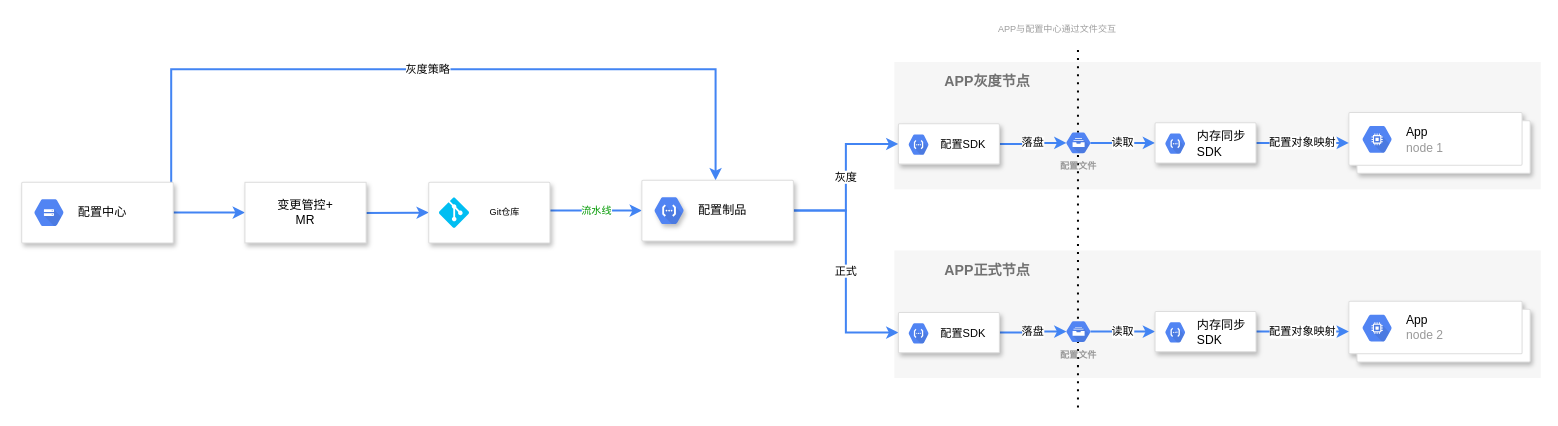
Above: page "灰度更新" (8 of 11) of universal-engine/配置中心V1.0.drawio in karlchan-cn/drawio-repository (draw.io), before the change. Source tidied: cells renumbered, new cells numbered last; positions are measured from the earlier drawing's top-left corner, leaving out a move shared by most shapes. Both pictures are drawn from the tidied source at 101%, with x=0, y=0 at pixel (21, 17).
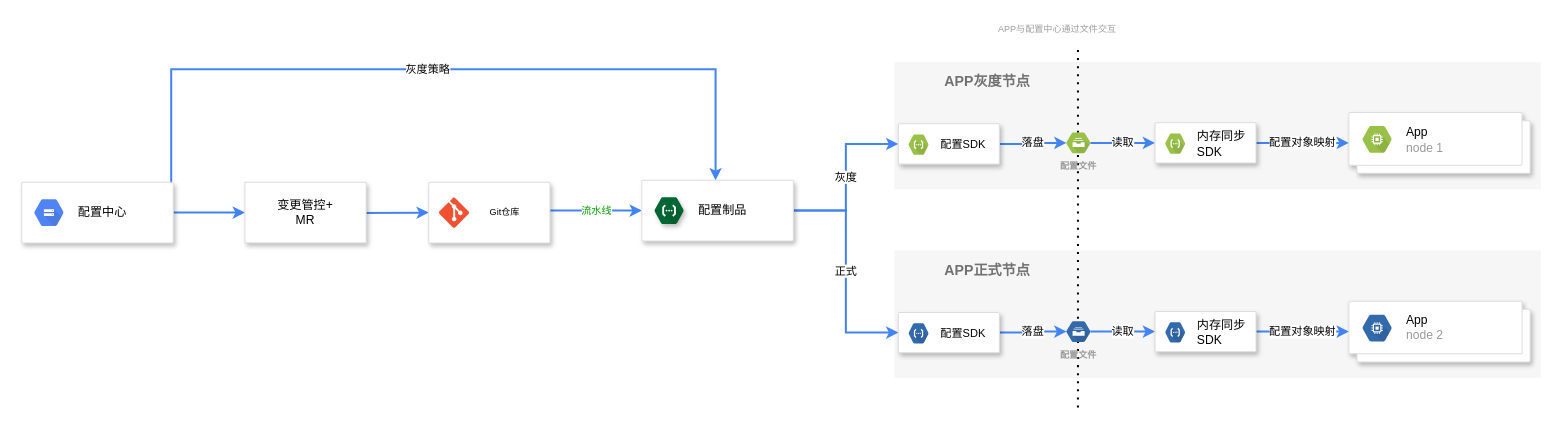
After the change.

Unchanged cells that the change refers to:
```xml
<mxCell id="13" style="strokeColor=#dddddd;shadow=1;strokeWidth=1;rounded=1;absoluteArcSize=1;arcSize=2;fontColor=#000000;" parent="1" vertex="1">
  <mxGeometry x="614" y="161" width="150" height="60" as="geometry" />
</mxCell>
<mxCell id="16" style="shape=mxgraph.gcp2.doubleRect;strokeColor=#dddddd;fillColor=#ffffff;shadow=1;strokeWidth=1;fontSize=12;fontColor=#9E9E9E;align=center;html=1;" parent="1" vertex="1">
  <mxGeometry x="1314" y="280.8" width="179.5" height="60" as="geometry" />
</mxCell>
<mxCell id="19" style="strokeColor=#dddddd;shadow=1;strokeWidth=1;rounded=1;absoluteArcSize=1;arcSize=2;fontSize=9;" parent="1" vertex="1">
  <mxGeometry x="868" y="291.8" width="100" height="40" as="geometry" />
</mxCell>
<mxCell id="23" style="strokeColor=#dddddd;shadow=1;strokeWidth=1;rounded=1;absoluteArcSize=1;arcSize=2;fontSize=9;" parent="1" vertex="1">
  <mxGeometry x="1122.1" y="290.8" width="100" height="40" as="geometry" />
</mxCell>
<mxCell id="25" style="shape=mxgraph.gcp2.doubleRect;strokeColor=#dddddd;fillColor=#ffffff;shadow=1;strokeWidth=1;fontSize=12;fontColor=#9E9E9E;align=center;html=1;" parent="1" vertex="1">
  <mxGeometry x="1314" y="94" width="179.5" height="60" as="geometry" />
</mxCell>
<mxCell id="28" style="strokeColor=#dddddd;shadow=1;strokeWidth=1;rounded=1;absoluteArcSize=1;arcSize=2;fontSize=9;" parent="1" vertex="1">
  <mxGeometry x="868" y="105" width="100" height="40" as="geometry" />
</mxCell>
<mxCell id="32" style="strokeColor=#dddddd;shadow=1;strokeWidth=1;rounded=1;absoluteArcSize=1;arcSize=2;fontSize=9;" parent="1" vertex="1">
  <mxGeometry x="1122.1" y="104" width="100" height="40" as="geometry" />
</mxCell>
<mxCell id="37" style="group;" parent="1" vertex="1">
  <mxGeometry x="403" y="163" width="120" height="60" as="geometry" />
</mxCell>
```

Change to the diagram source:
```diff
@@
-    <mxCell id="14" value="&lt;font color=&quot;#000000&quot;&gt;配置制品&lt;/font&gt;" style="sketch=0;dashed=0;html=1;fillColor=#5184F3;strokeColor=none;shape=mxgraph.gcp2.hexIcon;prIcon=cloud_functions;labelPosition=right;verticalLabelPosition=middle;align=left;verticalAlign=middle;spacingLeft=5;fontColor=#999999;fontSize=12;shadow=1;" parent="13" vertex="1">
+    <mxCell id="14" value="&lt;font color=&quot;#000000&quot;&gt;配置制品&lt;/font&gt;" style="sketch=0;dashed=0;html=1;fillColor=#006633;strokeColor=none;shape=mxgraph.gcp2.hexIcon;prIcon=cloud_functions;labelPosition=right;verticalLabelPosition=middle;align=left;verticalAlign=middle;spacingLeft=5;fontColor=#999999;fontSize=12;shadow=1;" parent="13" vertex="1">
       <mxGeometry y="0.5" width="44" height="39" relative="1" as="geometry">
         <mxPoint x="5" y="-19.5" as="offset" />
       </mxGeometry>
     </mxCell>
@@
-    <mxCell id="17" value="&lt;font color=&quot;#000000&quot;&gt;App&lt;/font&gt;&lt;br&gt;node 2" style="dashed=0;html=1;fillColor=#5184F3;strokeColor=none;shape=mxgraph.gcp2.hexIcon;prIcon=compute_engine;labelPosition=right;verticalLabelPosition=middle;align=left;verticalAlign=middle;spacingLeft=5;fontColor=#999999;fontSize=12;" parent="16" vertex="1">
+    <mxCell id="17" value="&lt;font color=&quot;#000000&quot;&gt;App&lt;/font&gt;&lt;br&gt;node 2" style="dashed=0;html=1;fillColor=#336AAC;strokeColor=none;shape=mxgraph.gcp2.hexIcon;prIcon=compute_engine;labelPosition=right;verticalLabelPosition=middle;align=left;verticalAlign=middle;spacingLeft=5;fontColor=#999999;fontSize=12;" parent="16" vertex="1">
       <mxGeometry y="0.5" width="44" height="39" relative="1" as="geometry">
         <mxPoint x="6" y="-23" as="offset" />
       </mxGeometry>
     </mxCell>
@@
-    <mxCell id="20" value="&lt;font color=&quot;#000000&quot; style=&quot;font-size: 11px&quot;&gt;配置SDK&lt;/font&gt;" style="sketch=0;dashed=0;html=1;fillColor=#5184F3;strokeColor=none;shape=mxgraph.gcp2.hexIcon;prIcon=cloud_functions;labelPosition=right;verticalLabelPosition=middle;align=left;verticalAlign=middle;spacingLeft=5;fontColor=#999999;fontSize=12;" parent="19" vertex="1">
+    <mxCell id="20" value="&lt;font color=&quot;#000000&quot; style=&quot;font-size: 11px&quot;&gt;配置SDK&lt;/font&gt;" style="sketch=0;dashed=0;html=1;fillColor=#336AAC;strokeColor=none;shape=mxgraph.gcp2.hexIcon;prIcon=cloud_functions;labelPosition=right;verticalLabelPosition=middle;align=left;verticalAlign=middle;spacingLeft=5;fontColor=#999999;fontSize=12;" parent="19" vertex="1">
       <mxGeometry y="0.5" width="30" height="29.5" relative="1" as="geometry">
         <mxPoint x="5" y="-14" as="offset" />
       </mxGeometry>
     </mxCell>
@@
-    <mxCell id="24" value="&lt;font color=&quot;#000000&quot;&gt;内存同步&lt;br&gt;SDK&lt;/font&gt;" style="sketch=0;dashed=0;html=1;fillColor=#5184F3;strokeColor=none;shape=mxgraph.gcp2.hexIcon;prIcon=cloud_functions;labelPosition=right;verticalLabelPosition=middle;align=left;verticalAlign=middle;spacingLeft=5;fontColor=#999999;fontSize=12;" parent="23" vertex="1">
+    <mxCell id="24" value="&lt;font color=&quot;#000000&quot;&gt;内存同步&lt;br&gt;SDK&lt;/font&gt;" style="sketch=0;dashed=0;html=1;fillColor=#336AAC;strokeColor=none;shape=mxgraph.gcp2.hexIcon;prIcon=cloud_functions;labelPosition=right;verticalLabelPosition=middle;align=left;verticalAlign=middle;spacingLeft=5;fontColor=#999999;fontSize=12;" parent="23" vertex="1">
       <mxGeometry y="0.5" width="30" height="29.5" relative="1" as="geometry">
         <mxPoint x="5" y="-14" as="offset" />
       </mxGeometry>
     </mxCell>
@@
-    <mxCell id="26" value="&lt;font color=&quot;#000000&quot;&gt;App&lt;/font&gt;&lt;br&gt;node 1" style="dashed=0;html=1;fillColor=#5184F3;strokeColor=none;shape=mxgraph.gcp2.hexIcon;prIcon=compute_engine;labelPosition=right;verticalLabelPosition=middle;align=left;verticalAlign=middle;spacingLeft=5;fontColor=#999999;fontSize=12;" parent="25" vertex="1">
+    <mxCell id="26" value="&lt;font color=&quot;#000000&quot;&gt;App&lt;/font&gt;&lt;br&gt;node 1" style="dashed=0;html=1;fillColor=#99C147;strokeColor=none;shape=mxgraph.gcp2.hexIcon;prIcon=compute_engine;labelPosition=right;verticalLabelPosition=middle;align=left;verticalAlign=middle;spacingLeft=5;fontColor=#999999;fontSize=12;" parent="25" vertex="1">
       <mxGeometry y="0.5" width="44" height="39" relative="1" as="geometry">
         <mxPoint x="6" y="-23" as="offset" />
       </mxGeometry>
     </mxCell>
@@
-    <mxCell id="29" value="&lt;font color=&quot;#000000&quot; style=&quot;font-size: 11px&quot;&gt;配置SDK&lt;/font&gt;" style="sketch=0;dashed=0;html=1;fillColor=#5184F3;strokeColor=none;shape=mxgraph.gcp2.hexIcon;prIcon=cloud_functions;labelPosition=right;verticalLabelPosition=middle;align=left;verticalAlign=middle;spacingLeft=5;fontColor=#999999;fontSize=12;" parent="28" vertex="1">
+    <mxCell id="29" value="&lt;font color=&quot;#000000&quot; style=&quot;font-size: 11px&quot;&gt;配置SDK&lt;/font&gt;" style="sketch=0;dashed=0;html=1;fillColor=#99C147;strokeColor=none;shape=mxgraph.gcp2.hexIcon;prIcon=cloud_functions;labelPosition=right;verticalLabelPosition=middle;align=left;verticalAlign=middle;spacingLeft=5;fontColor=#999999;fontSize=12;" parent="28" vertex="1">
       <mxGeometry y="0.5" width="30" height="29.5" relative="1" as="geometry">
         <mxPoint x="5" y="-14" as="offset" />
       </mxGeometry>
     </mxCell>
@@
-    <mxCell id="33" value="&lt;font color=&quot;#000000&quot;&gt;内存同步&lt;br&gt;SDK&lt;/font&gt;" style="sketch=0;dashed=0;html=1;fillColor=#5184F3;strokeColor=none;shape=mxgraph.gcp2.hexIcon;prIcon=cloud_functions;labelPosition=right;verticalLabelPosition=middle;align=left;verticalAlign=middle;spacingLeft=5;fontColor=#999999;fontSize=12;" parent="32" vertex="1">
+    <mxCell id="33" value="&lt;font color=&quot;#000000&quot;&gt;内存同步&lt;br&gt;SDK&lt;/font&gt;" style="sketch=0;dashed=0;html=1;fillColor=#99C147;strokeColor=none;shape=mxgraph.gcp2.hexIcon;prIcon=cloud_functions;labelPosition=right;verticalLabelPosition=middle;align=left;verticalAlign=middle;spacingLeft=5;fontColor=#999999;fontSize=12;" parent="32" vertex="1">
       <mxGeometry y="0.5" width="30" height="29.5" relative="1" as="geometry">
         <mxPoint x="5" y="-14" as="offset" />
       </mxGeometry>
     </mxCell>
@@
-    <mxCell id="35" value="&lt;font style=&quot;font-size: 9px&quot;&gt;配置文件&lt;/font&gt;" style="sketch=0;html=1;fillColor=#5184F3;strokeColor=none;verticalAlign=top;labelPosition=center;verticalLabelPosition=bottom;align=center;spacingTop=-6;fontSize=11;fontStyle=1;fontColor=#999999;shape=mxgraph.gcp2.hexIcon;prIcon=cloud_filestore;" parent="1" vertex="1">
+    <mxCell id="35" value="&lt;font style=&quot;font-size: 9px&quot;&gt;配置文件&lt;/font&gt;" style="sketch=0;html=1;fillColor=#336AAC;strokeColor=none;verticalAlign=top;labelPosition=center;verticalLabelPosition=bottom;align=center;spacingTop=-6;fontSize=11;fontStyle=1;fontColor=#999999;shape=mxgraph.gcp2.hexIcon;prIcon=cloud_filestore;" parent="1" vertex="1">
       <mxGeometry x="1028" y="295.8" width="36.5" height="30" as="geometry" />
     </mxCell>
-    <mxCell id="36" value="&lt;font style=&quot;font-size: 9px&quot;&gt;配置文件&lt;/font&gt;" style="sketch=0;html=1;fillColor=#5184F3;strokeColor=none;verticalAlign=top;labelPosition=center;verticalLabelPosition=bottom;align=center;spacingTop=-6;fontSize=11;fontStyle=1;fontColor=#999999;shape=mxgraph.gcp2.hexIcon;prIcon=cloud_filestore;" parent="1" vertex="1">
+    <mxCell id="36" value="&lt;font style=&quot;font-size: 9px&quot;&gt;配置文件&lt;/font&gt;" style="sketch=0;html=1;fillColor=#99C147;strokeColor=none;verticalAlign=top;labelPosition=center;verticalLabelPosition=bottom;align=center;spacingTop=-6;fontSize=11;fontStyle=1;fontColor=#999999;shape=mxgraph.gcp2.hexIcon;prIcon=cloud_filestore;" parent="1" vertex="1">
       <mxGeometry x="1028" y="109" width="36.5" height="30" as="geometry" />
     </mxCell>
@@
-    <mxCell id="39" style="verticalLabelPosition=bottom;html=1;verticalAlign=top;align=center;strokeColor=none;fillColor=#00BEF2;shape=mxgraph.azure.git_repository;fontSize=9;" parent="37" vertex="1">
+    <mxCell id="39" style="verticalLabelPosition=bottom;html=1;verticalAlign=top;align=center;strokeColor=none;fillColor=#F05133;shape=mxgraph.azure.git_repository;fontSize=9;" parent="37" vertex="1">
       <mxGeometry x="10" y="15" width="30" height="30" as="geometry" />
     </mxCell>
```
